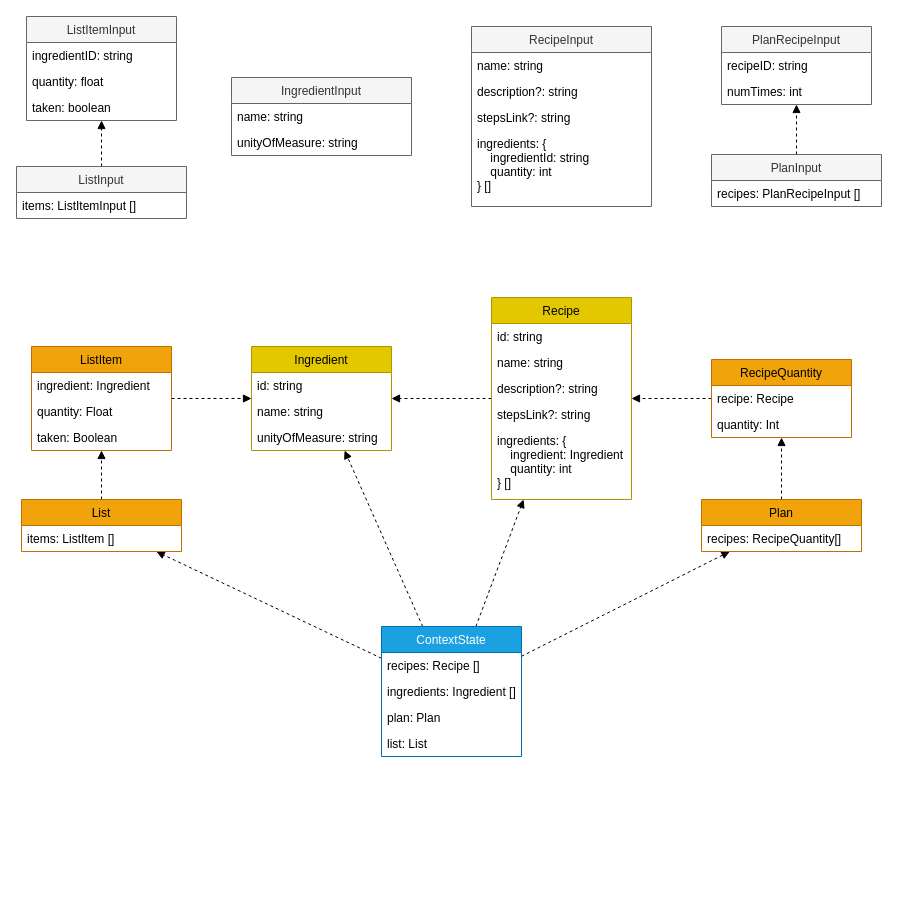
Earlier version of the draw.io diagram spaguette-app/design/class-diagram.drawio (gianlucaascari/spaguette-project). Source tidied: cells renumbered, new cells numbered last; positions are measured from the earlier drawing's top-left corner, leaving out a move shared by most shapes. Both pictures are drawn from the tidied source at 100%, with x=0, y=0 at pixel (16, 16).
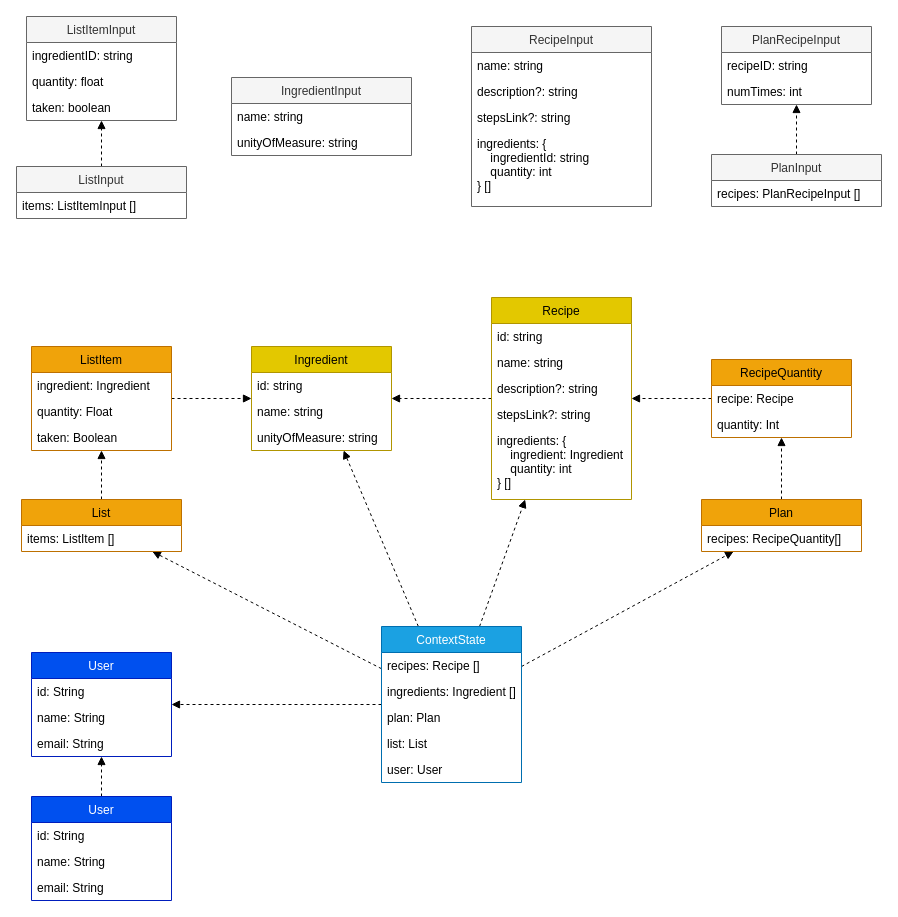
The same page after the edit.

Change to the diagram source:
```diff
@@
+    <mxCell id="58" style="edgeStyle=none;html=1;dashed=1;endArrow=block;endFill=1;" parent="1" edge="1" source="22" target="60">
+      <mxGeometry relative="1" as="geometry" />
+    </mxCell>
     <mxCell id="22" value="ContextState" style="swimlane;fontStyle=0;horizontal=1;startSize=26;fillColor=#1ba1e2;fontColor=#ffffff;strokeColor=#006EAF;" parent="1" vertex="1">
-      <mxGeometry x="365" y="610" width="140" height="130" as="geometry" />
+      <mxGeometry x="365" y="610" width="140" height="156" as="geometry" />
     </mxCell>
@@
+    <mxCell id="59" value="user: User" style="text;strokeColor=none;fillColor=none;align=left;verticalAlign=top;spacingLeft=4;spacingRight=4;overflow=hidden;" parent="22" vertex="1">
+      <mxGeometry y="130" width="140" height="26" as="geometry" />
+    </mxCell>
@@
+    <mxCell id="60" value="User" style="swimlane;fontStyle=0;horizontal=1;startSize=26;fillColor=#0050ef;fontColor=#ffffff;strokeColor=#001DBC;" parent="1" vertex="1">
+      <mxGeometry x="15" y="636" width="140" height="104" as="geometry" />
+    </mxCell>
+    <mxCell id="61" value="id: String" style="text;strokeColor=none;fillColor=none;align=left;verticalAlign=top;spacingLeft=4;spacingRight=4;overflow=hidden;" parent="60" vertex="1">
+      <mxGeometry y="26" width="140" height="26" as="geometry" />
+    </mxCell>
+    <mxCell id="62" value="name: String" style="text;strokeColor=none;fillColor=none;align=left;verticalAlign=top;spacingLeft=4;spacingRight=4;overflow=hidden;" parent="60" vertex="1">
+      <mxGeometry y="52" width="140" height="26" as="geometry" />
+    </mxCell>
+    <mxCell id="63" value="email: String" style="text;strokeColor=none;fillColor=none;align=left;verticalAlign=top;spacingLeft=4;spacingRight=4;overflow=hidden;" parent="60" vertex="1">
+      <mxGeometry y="78" width="140" height="26" as="geometry" />
+    </mxCell>
+    <mxCell id="64" style="edgeStyle=none;html=1;endArrow=block;endFill=1;dashed=1;" parent="1" edge="1" source="65" target="60">
+      <mxGeometry relative="1" as="geometry" />
+    </mxCell>
+    <mxCell id="65" value="User" style="swimlane;fontStyle=0;horizontal=1;startSize=26;fillColor=#0050ef;fontColor=#ffffff;strokeColor=#001DBC;" parent="1" vertex="1">
+      <mxGeometry x="15" y="780" width="140" height="104" as="geometry" />
+    </mxCell>
+    <mxCell id="66" value="id: String" style="text;strokeColor=none;fillColor=none;align=left;verticalAlign=top;spacingLeft=4;spacingRight=4;overflow=hidden;" parent="65" vertex="1">
+      <mxGeometry y="26" width="140" height="26" as="geometry" />
+    </mxCell>
+    <mxCell id="67" value="name: String" style="text;strokeColor=none;fillColor=none;align=left;verticalAlign=top;spacingLeft=4;spacingRight=4;overflow=hidden;" parent="65" vertex="1">
+      <mxGeometry y="52" width="140" height="26" as="geometry" />
+    </mxCell>
+    <mxCell id="68" value="email: String" style="text;strokeColor=none;fillColor=none;align=left;verticalAlign=top;spacingLeft=4;spacingRight=4;overflow=hidden;" parent="65" vertex="1">
+      <mxGeometry y="78" width="140" height="26" as="geometry" />
+    </mxCell>
```
